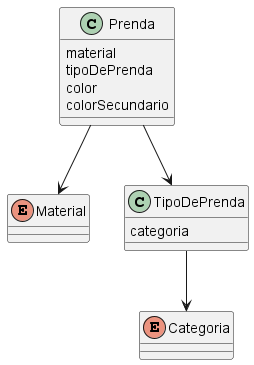
Earlier version of the PlantUML export QMP1.png (mfmarano/dds-qmp). Its diagram source:
```plantuml
@startuml QMP1
class Prenda {
  material
  tipoDePrenda
  color
  colorSecundario
}

enum Material

class TipoDePrenda {
  categoria
}

enum Categoria

Prenda --> Material
Prenda --> TipoDePrenda
TipoDePrenda --> Categoria
@enduml
```
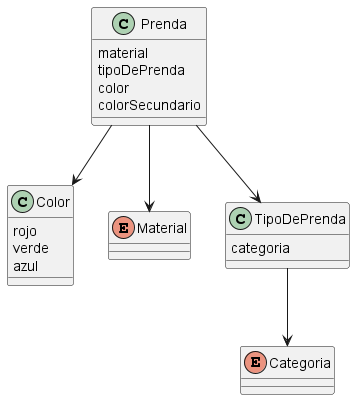
The same diagram one commit later.

Commit message:
agrego clase Color

Change to the diagram source:
```diff
@@ -4,6 +4,12 @@
   tipoDePrenda
   color
   colorSecundario
+}
+
+class Color {
+  rojo
+  verde
+  azul
 }
 
 enum Material
@@ -16,5 +22,6 @@
 
 Prenda --> Material
 Prenda --> TipoDePrenda
+Prenda --> Color
 TipoDePrenda --> Categoria
 @enduml
```
